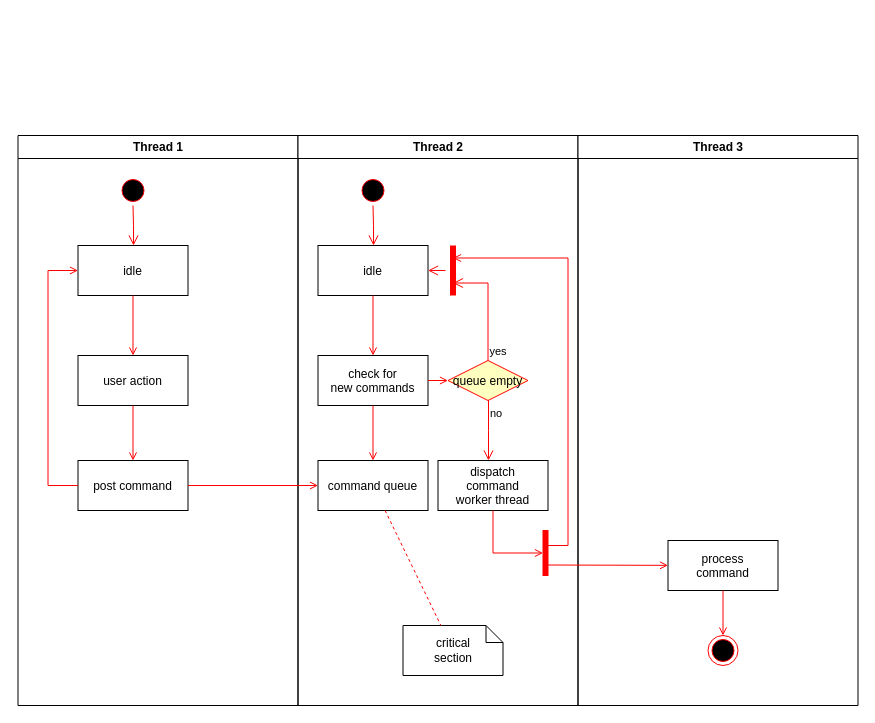
Above: 框架图.drawio in Jooolee/my-drawio (draw.io), before the change. Source tidied: cells renumbered, new cells numbered last; positions are measured from the earlier drawing's top-left corner, leaving out a move shared by most shapes. Both pictures are drawn from the tidied source at 100%, with x=0, y=0 at pixel (17, 135).
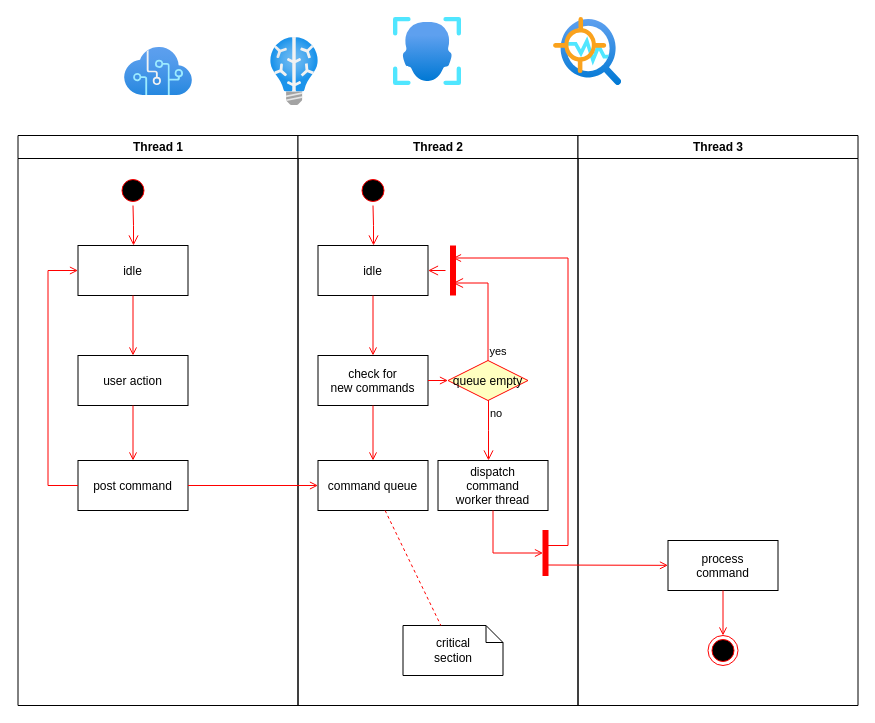
The same page after the edit.

Commit message:
更新框架图.drawio

What changed in the source:
```diff
@@
+    <mxCell id="37" style="image;html=1;align=center;fontSize=12;image=img/lib/azure2/ai_machine_learning/Cognitive_Services.svg;" parent="1" vertex="1">
+      <mxGeometry x="107" y="-88" width="68" height="48" as="geometry" />
+    </mxCell>
+    <mxCell id="38" style="image;html=1;align=center;fontSize=12;image=img/lib/azure2/ai_machine_learning/Face_APIs.svg;" parent="1" vertex="1">
+      <mxGeometry x="376" y="-118" width="68" height="68" as="geometry" />
+    </mxCell>
+    <mxCell id="39" style="image;html=1;align=center;fontSize=12;image=img/lib/azure2/ai_machine_learning/Anomaly_Detector.svg;" parent="1" vertex="1">
+      <mxGeometry x="536" y="-118" width="68" height="68" as="geometry" />
+    </mxCell>
+    <mxCell id="40" style="image;html=1;align=center;fontSize=12;image=img/lib/azure2/ai_machine_learning/Batch_AI.svg;" parent="1" vertex="1">
+      <mxGeometry x="253" y="-98" width="48" height="68" as="geometry" />
+    </mxCell>
```
